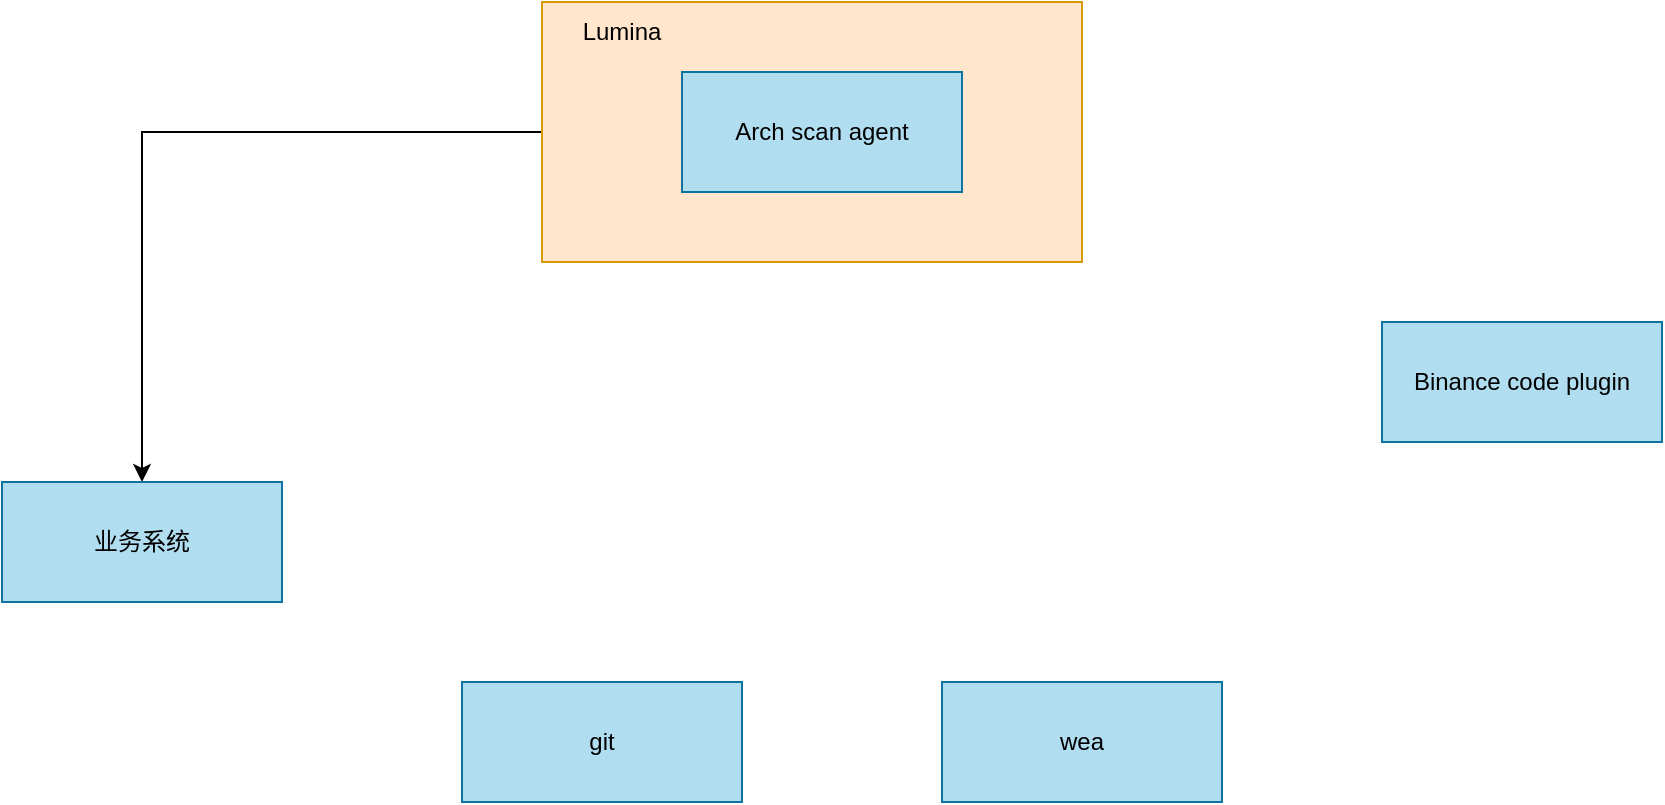
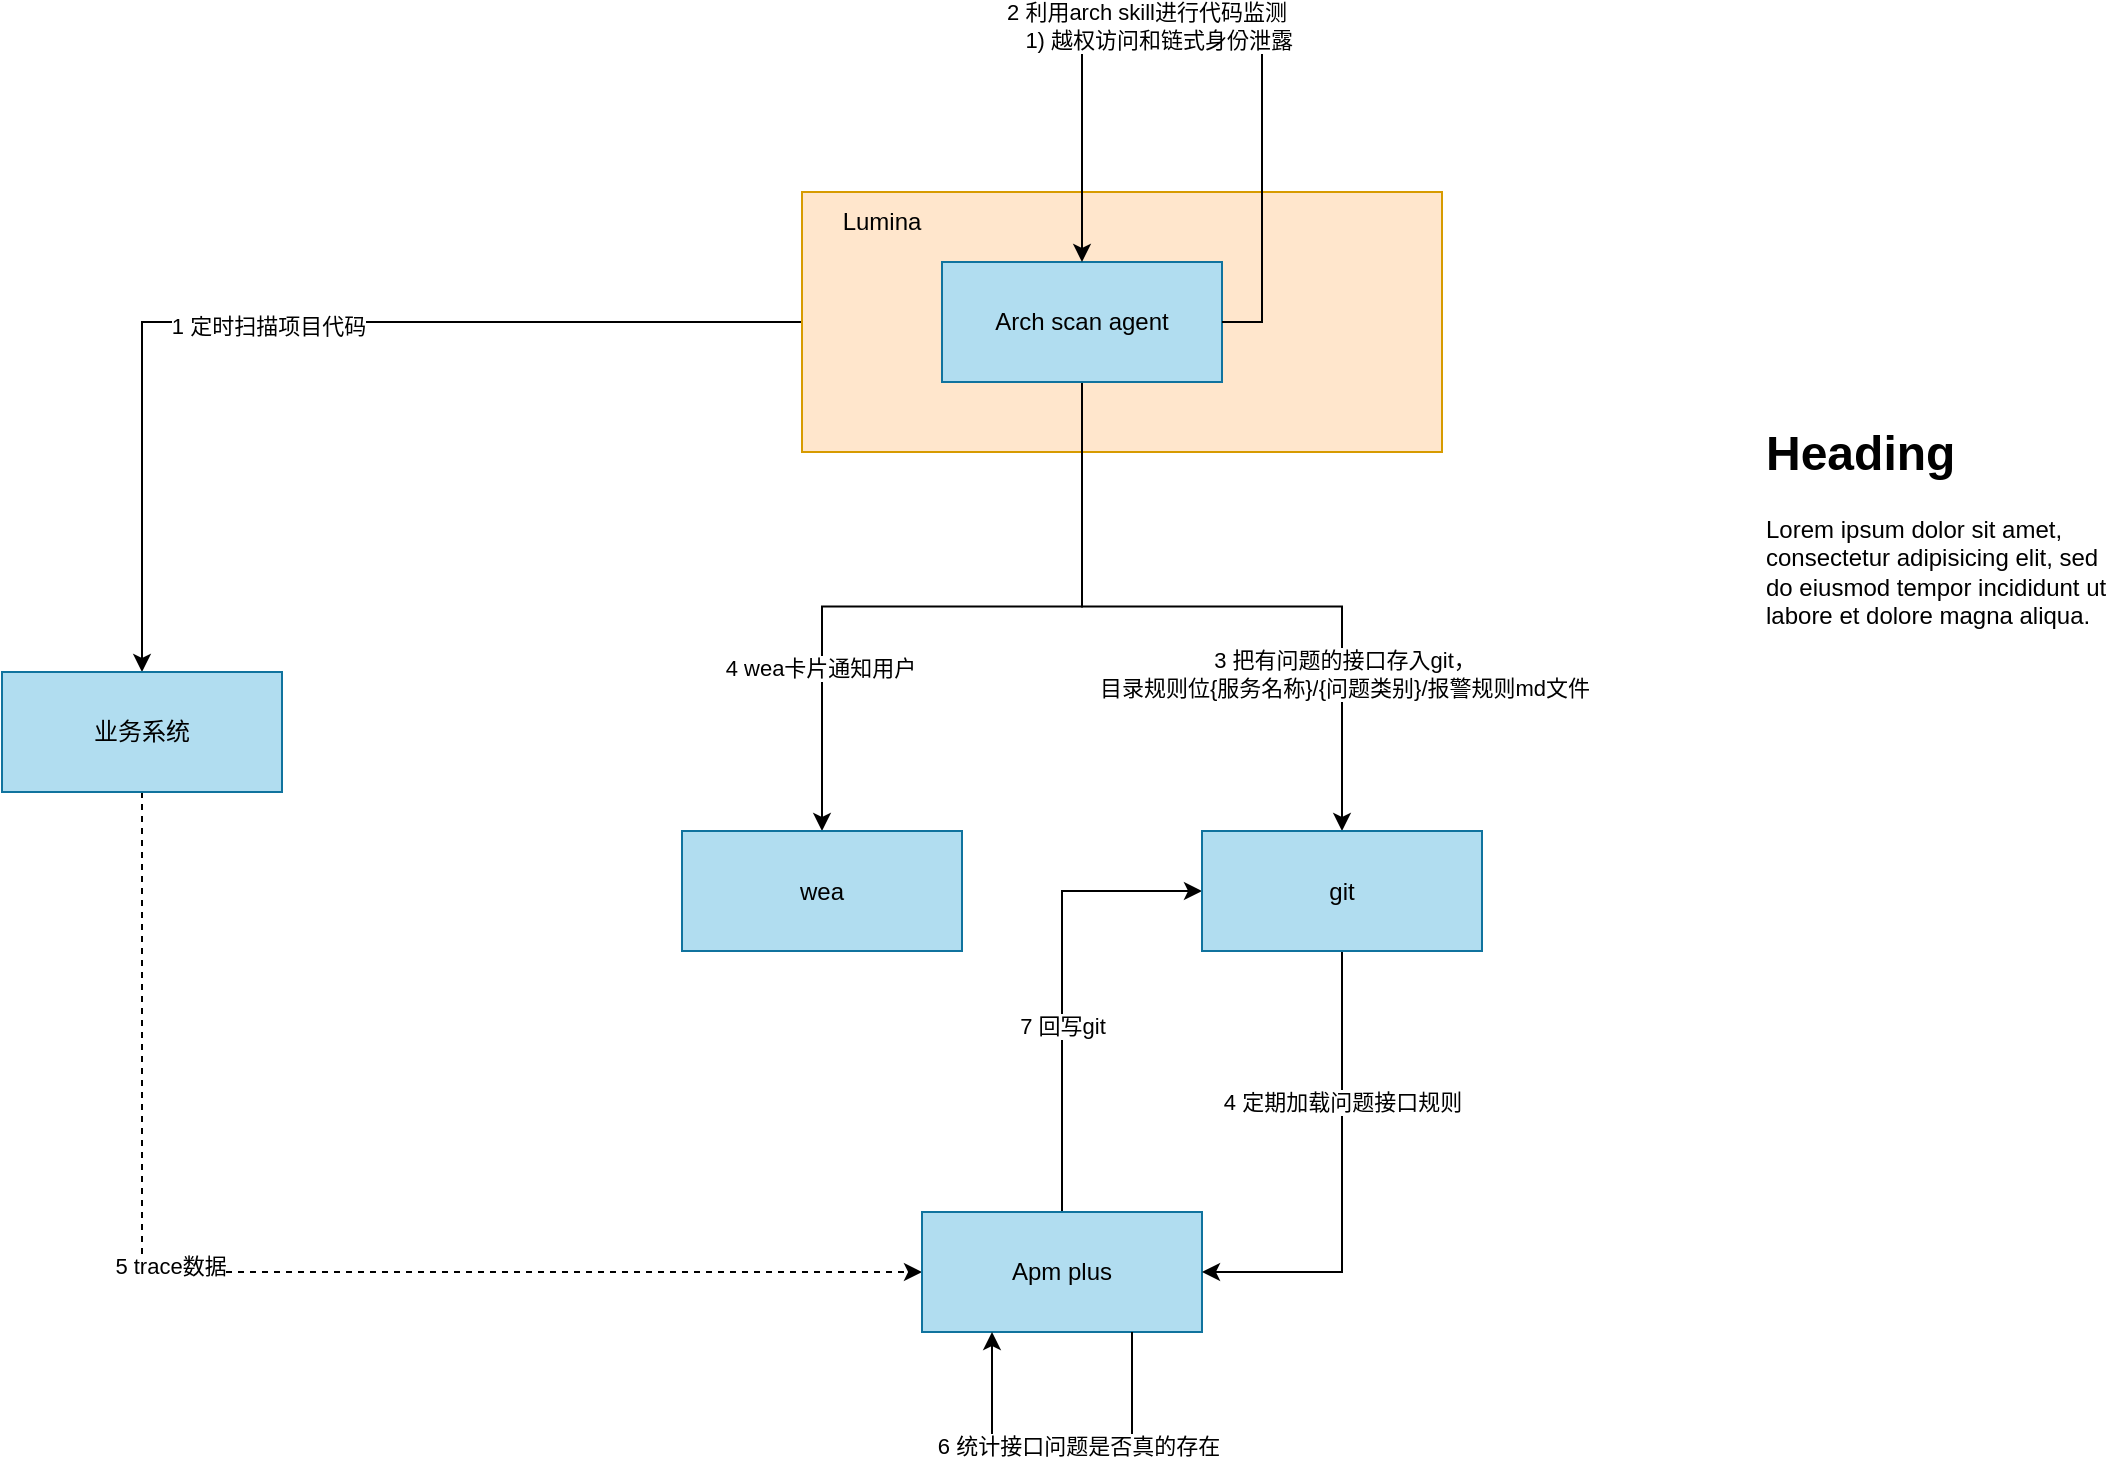
<mxfile host="app.diagrams.net">
  <diagram name="第 1 页" id="v4d0oD99BJNh_s1QToVL">
    <mxGraphModel dx="1222" dy="764" grid="1" gridSize="10" guides="1" tooltips="1" connect="1" arrows="1" fold="1" page="1" pageScale="1" pageWidth="3300" pageHeight="2339" math="0" shadow="0">
      <root>
        <mxCell id="0" />
        <mxCell id="1" parent="0" />
        <mxCell id="BZSGkBbcOcEUag34DBB_-2" edge="1" parent="1" source="SJECwPXb0EPlWWx2axZS-5" style="edgeStyle=orthogonalEdgeStyle;rounded=0;orthogonalLoop=1;jettySize=auto;html=1;exitX=0;exitY=0.5;exitDx=0;exitDy=0;" target="BZSGkBbcOcEUag34DBB_-1">
          <mxGeometry relative="1" as="geometry" />
        </mxCell>
+         <mxCell id="BZSGkBbcOcEUag34DBB_-9" connectable="0" parent="BZSGkBbcOcEUag34DBB_-2" style="edgeLabel;html=1;align=center;verticalAlign=middle;resizable=0;points=[];" value="1 定时扫描项目代码" vertex="1">
+           <mxGeometry relative="1" x="0.0582" y="2" as="geometry">
+             <mxPoint as="offset" />
+           </mxGeometry>
+         </mxCell>
        <mxCell id="SJECwPXb0EPlWWx2axZS-5" parent="1" style="rounded=0;whiteSpace=wrap;html=1;fillColor=#ffe6cc;strokeColor=#d79b00;" value="" vertex="1">
-           <mxGeometry height="130" width="270" x="400" y="160" as="geometry" />
+           <mxGeometry height="130" width="320" x="530" y="160" as="geometry" />
+         </mxCell>
+         <mxCell id="BZSGkBbcOcEUag34DBB_-19" edge="1" parent="1" source="BZSGkBbcOcEUag34DBB_-1" style="edgeStyle=orthogonalEdgeStyle;rounded=0;orthogonalLoop=1;jettySize=auto;html=1;exitX=0.5;exitY=1;exitDx=0;exitDy=0;entryX=0;entryY=0.5;entryDx=0;entryDy=0;dashed=1;" target="BZSGkBbcOcEUag34DBB_-3">
+           <mxGeometry relative="1" as="geometry" />
+         </mxCell>
+         <mxCell id="BZSGkBbcOcEUag34DBB_-20" connectable="0" parent="BZSGkBbcOcEUag34DBB_-19" style="edgeLabel;html=1;align=center;verticalAlign=middle;resizable=0;points=[];" value="5 trace数据" vertex="1">
+           <mxGeometry relative="1" x="-0.1937" y="3" as="geometry">
+             <mxPoint as="offset" />
+           </mxGeometry>
        </mxCell>
        <mxCell id="BZSGkBbcOcEUag34DBB_-1" parent="1" style="rounded=0;whiteSpace=wrap;html=1;fillColor=#b1ddf0;strokeColor=#10739e;" value="业务系统" vertex="1">
          <mxGeometry height="60" width="140" x="130" y="400" as="geometry" />
        </mxCell>
-         <mxCell id="BZSGkBbcOcEUag34DBB_-3" parent="1" style="rounded=0;whiteSpace=wrap;html=1;fillColor=#b1ddf0;strokeColor=#10739e;" value="Binance code plugin" vertex="1">
-           <mxGeometry height="60" width="140" x="820" y="320" as="geometry" />
+         <mxCell id="BZSGkBbcOcEUag34DBB_-23" edge="1" parent="1" source="BZSGkBbcOcEUag34DBB_-3" style="edgeStyle=orthogonalEdgeStyle;rounded=0;orthogonalLoop=1;jettySize=auto;html=1;exitX=0.5;exitY=0;exitDx=0;exitDy=0;entryX=0;entryY=0.5;entryDx=0;entryDy=0;" target="BZSGkBbcOcEUag34DBB_-6">
+           <mxGeometry relative="1" as="geometry" />
+         </mxCell>
+         <mxCell id="BZSGkBbcOcEUag34DBB_-24" connectable="0" parent="BZSGkBbcOcEUag34DBB_-23" style="edgeLabel;html=1;align=center;verticalAlign=middle;resizable=0;points=[];" value="7 回写git" vertex="1">
+           <mxGeometry relative="1" x="-0.1931" as="geometry">
+             <mxPoint as="offset" />
+           </mxGeometry>
+         </mxCell>
+         <mxCell id="BZSGkBbcOcEUag34DBB_-3" parent="1" style="rounded=0;whiteSpace=wrap;html=1;fillColor=#b1ddf0;strokeColor=#10739e;" value="Apm plus" vertex="1">
+           <mxGeometry height="60" width="140" x="590" y="670" as="geometry" />
+         </mxCell>
+         <mxCell id="BZSGkBbcOcEUag34DBB_-7" edge="1" parent="1" source="SJECwPXb0EPlWWx2axZS-4" style="edgeStyle=orthogonalEdgeStyle;rounded=0;orthogonalLoop=1;jettySize=auto;html=1;exitX=0.5;exitY=1;exitDx=0;exitDy=0;" target="BZSGkBbcOcEUag34DBB_-6">
+           <mxGeometry relative="1" as="geometry" />
+         </mxCell>
+         <mxCell id="BZSGkBbcOcEUag34DBB_-14" connectable="0" parent="BZSGkBbcOcEUag34DBB_-7" style="edgeLabel;html=1;align=center;verticalAlign=middle;resizable=0;points=[];" value="3 把有问题的接口存入git，&lt;div&gt;目录规则位{服务名称}/&lt;span style=&quot;background-color: light-dark(#ffffff, var(--ge-dark-color, #121212)); color: light-dark(rgb(0, 0, 0), rgb(255, 255, 255));&quot;&gt;{问题类别}/报警规则md文件&lt;/span&gt;&lt;/div&gt;" vertex="1">
+           <mxGeometry relative="1" x="0.0845" y="1" as="geometry">
+             <mxPoint x="51" y="34" as="offset" />
+           </mxGeometry>
+         </mxCell>
+         <mxCell id="BZSGkBbcOcEUag34DBB_-8" edge="1" parent="1" source="SJECwPXb0EPlWWx2axZS-4" style="edgeStyle=orthogonalEdgeStyle;rounded=0;orthogonalLoop=1;jettySize=auto;html=1;exitX=0.5;exitY=1;exitDx=0;exitDy=0;" target="BZSGkBbcOcEUag34DBB_-5">
+           <mxGeometry relative="1" as="geometry" />
+         </mxCell>
+         <mxCell id="BZSGkBbcOcEUag34DBB_-15" connectable="0" parent="BZSGkBbcOcEUag34DBB_-8" style="edgeLabel;html=1;align=center;verticalAlign=middle;resizable=0;points=[];" value="4 wea卡片通知用户" vertex="1">
+           <mxGeometry relative="1" x="0.538" y="-1" as="geometry">
+             <mxPoint as="offset" />
+           </mxGeometry>
        </mxCell>
        <mxCell id="SJECwPXb0EPlWWx2axZS-4" parent="1" style="rounded=0;whiteSpace=wrap;html=1;fillColor=#b1ddf0;strokeColor=#10739e;" value="Arch scan agent" vertex="1">
-           <mxGeometry height="60" width="140" x="470" y="195" as="geometry" />
+           <mxGeometry height="60" width="140" x="600" y="195" as="geometry" />
        </mxCell>
        <mxCell id="BZSGkBbcOcEUag34DBB_-4" parent="1" style="text;html=1;whiteSpace=wrap;strokeColor=none;fillColor=none;align=center;verticalAlign=middle;rounded=0;" value="Lumina" vertex="1">
-           <mxGeometry height="30" width="60" x="410" y="160" as="geometry" />
+           <mxGeometry height="30" width="60" x="540" y="160" as="geometry" />
        </mxCell>
        <mxCell id="BZSGkBbcOcEUag34DBB_-5" parent="1" style="rounded=0;whiteSpace=wrap;html=1;fillColor=#b1ddf0;strokeColor=#10739e;" value="wea" vertex="1">
-           <mxGeometry height="60" width="140" x="600" y="500" as="geometry" />
+           <mxGeometry height="60" width="140" x="470" y="479.5" as="geometry" />
+         </mxCell>
+         <mxCell id="BZSGkBbcOcEUag34DBB_-17" edge="1" parent="1" source="BZSGkBbcOcEUag34DBB_-6" style="edgeStyle=orthogonalEdgeStyle;rounded=0;orthogonalLoop=1;jettySize=auto;html=1;exitX=0.5;exitY=1;exitDx=0;exitDy=0;entryX=1;entryY=0.5;entryDx=0;entryDy=0;" target="BZSGkBbcOcEUag34DBB_-3">
+           <mxGeometry relative="1" as="geometry" />
+         </mxCell>
+         <mxCell id="BZSGkBbcOcEUag34DBB_-18" connectable="0" parent="BZSGkBbcOcEUag34DBB_-17" style="edgeLabel;html=1;align=center;verticalAlign=middle;resizable=0;points=[];" value="4 定期加载问题接口规则" vertex="1">
+           <mxGeometry relative="1" x="-0.3536" as="geometry">
+             <mxPoint y="1" as="offset" />
+           </mxGeometry>
        </mxCell>
        <mxCell id="BZSGkBbcOcEUag34DBB_-6" parent="1" style="rounded=0;whiteSpace=wrap;html=1;fillColor=#b1ddf0;strokeColor=#10739e;" value="git" vertex="1">
-           <mxGeometry height="60" width="140" x="360" y="500" as="geometry" />
+           <mxGeometry height="60" width="140" x="730" y="479.5" as="geometry" />
+         </mxCell>
+         <mxCell id="BZSGkBbcOcEUag34DBB_-12" edge="1" parent="1" source="SJECwPXb0EPlWWx2axZS-4" style="edgeStyle=orthogonalEdgeStyle;rounded=0;orthogonalLoop=1;jettySize=auto;html=1;exitX=1;exitY=0.5;exitDx=0;exitDy=0;entryX=0.5;entryY=0;entryDx=0;entryDy=0;" target="SJECwPXb0EPlWWx2axZS-4">
+           <mxGeometry relative="1" as="geometry">
+             <Array as="points">
+               <mxPoint x="760" y="225" />
+               <mxPoint x="760" y="80" />
+               <mxPoint x="670" y="80" />
+             </Array>
+           </mxGeometry>
+         </mxCell>
+         <mxCell id="BZSGkBbcOcEUag34DBB_-13" connectable="0" parent="BZSGkBbcOcEUag34DBB_-12" style="edgeLabel;html=1;align=center;verticalAlign=middle;resizable=0;points=[];" value="2 利用arch skill进行代码监测&lt;div&gt;&amp;nbsp; &amp;nbsp; 1) 越权访问和链式身份泄露&lt;/div&gt;" vertex="1">
+           <mxGeometry relative="1" x="0.2054" y="-3" as="geometry">
+             <mxPoint as="offset" />
+           </mxGeometry>
+         </mxCell>
+         <mxCell id="BZSGkBbcOcEUag34DBB_-21" edge="1" parent="1" source="BZSGkBbcOcEUag34DBB_-3" style="edgeStyle=orthogonalEdgeStyle;rounded=0;orthogonalLoop=1;jettySize=auto;html=1;exitX=0.75;exitY=1;exitDx=0;exitDy=0;entryX=0.25;entryY=1;entryDx=0;entryDy=0;" target="BZSGkBbcOcEUag34DBB_-3">
+           <mxGeometry relative="1" as="geometry">
+             <Array as="points">
+               <mxPoint x="695" y="790" />
+               <mxPoint x="625" y="790" />
+             </Array>
+           </mxGeometry>
+         </mxCell>
+         <mxCell id="BZSGkBbcOcEUag34DBB_-22" connectable="0" parent="BZSGkBbcOcEUag34DBB_-21" style="edgeLabel;html=1;align=center;verticalAlign=middle;resizable=0;points=[];" value="6 统计接口问题是否真的存在" vertex="1">
+           <mxGeometry relative="1" x="-0.0842" y="-3" as="geometry">
+             <mxPoint as="offset" />
+           </mxGeometry>
+         </mxCell>
+         <mxCell id="BZSGkBbcOcEUag34DBB_-25" parent="1" style="text;html=1;whiteSpace=wrap;overflow=hidden;rounded=0;" value="&lt;h1 style=&quot;margin-top: 0px;&quot;&gt;Heading&lt;/h1&gt;&lt;p&gt;Lorem ipsum dolor sit amet, consectetur adipisicing elit, sed do eiusmod tempor incididunt ut labore et dolore magna aliqua.&lt;/p&gt;" vertex="1">
+           <mxGeometry height="120" width="180" x="1010" y="270" as="geometry" />
        </mxCell>
      </root>
    </mxGraphModel>
  </diagram>
</mxfile>
